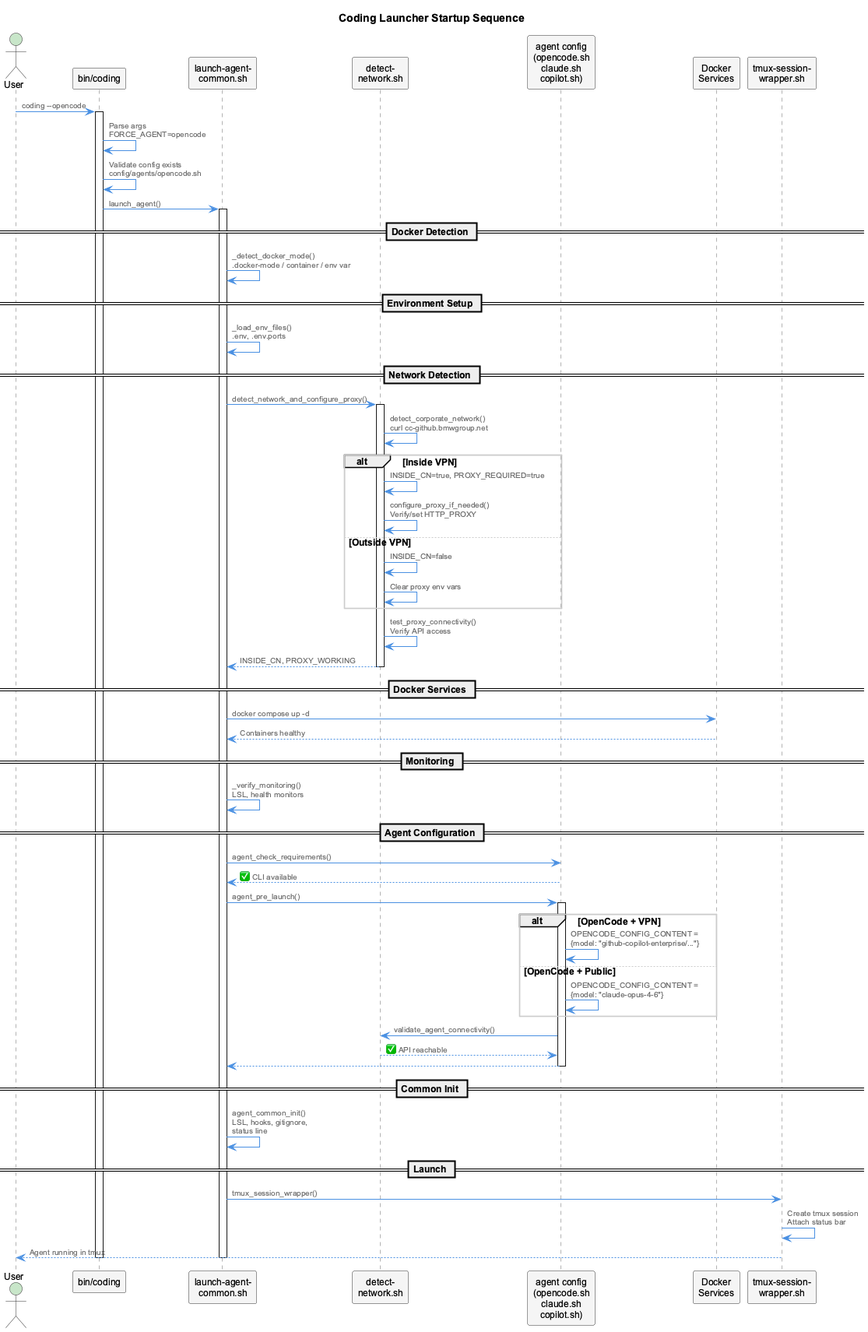
The PlantUML diagram docs/images/launcher-startup-sequence.png in fwornle/coding, before a commit. The source it was exported from:
```plantuml
@startuml launcher-startup-sequence
!include _standard-style.puml

title Coding Launcher Startup Sequence

actor User as user
participant "bin/coding" as launcher
participant "launch-agent-\ncommon.sh" as common
participant "detect-\nnetwork.sh" as network
participant "agent config\n(opencode.sh\nclaude.sh\ncopilot.sh)" as agent
participant "Docker\nServices" as docker
participant "tmux-session-\nwrapper.sh" as tmux

user -> launcher: coding --opencode
activate launcher

launcher -> launcher: Parse args\nFORCE_AGENT=opencode
launcher -> launcher: Validate config exists\nconfig/agents/opencode.sh
launcher -> common: launch_agent()
activate common

== Docker Detection ==
common -> common: _detect_docker_mode()\n.docker-mode / container / env var

== Environment Setup ==
common -> common: _load_env_files()\n.env, .env.ports

== Network Detection ==
common -> network: detect_network_and_configure_proxy()
activate network
network -> network: detect_corporate_network()\ncurl cc-github.bmwgroup.net
alt Inside VPN
  network -> network: INSIDE_CN=true, PROXY_REQUIRED=true
  network -> network: configure_proxy_if_needed()\nVerify/set HTTP_PROXY
else Outside VPN
  network -> network: INSIDE_CN=false
  network -> network: Clear proxy env vars
end
network -> network: test_proxy_connectivity()\nVerify API access
network --> common: INSIDE_CN, PROXY_WORKING
deactivate network

== Docker Services ==
common -> docker: docker compose up -d
docker --> common: Containers healthy

== Monitoring ==
common -> common: _verify_monitoring()\nLSL, health monitors

== Agent Configuration ==
common -> agent: agent_check_requirements()
agent --> common: ✅ CLI available

common -> agent: agent_pre_launch()
activate agent
alt OpenCode + VPN
  agent -> agent: OPENCODE_CONFIG_CONTENT =\n{model: "github-copilot-enterprise/..."}
else OpenCode + Public
  agent -> agent: OPENCODE_CONFIG_CONTENT =\n{model: "claude-opus-4-6"}
end
agent -> network: validate_agent_connectivity()
network --> agent: ✅ API reachable
agent --> common
deactivate agent

== Common Init ==
common -> common: agent_common_init()\nLSL, hooks, gitignore,\nstatus line

== Launch ==
common -> tmux: tmux_session_wrapper()
tmux -> tmux: Create tmux session\nAttach status bar
tmux --> user: Agent running in tmux
deactivate common
deactivate launcher

@enduml
```
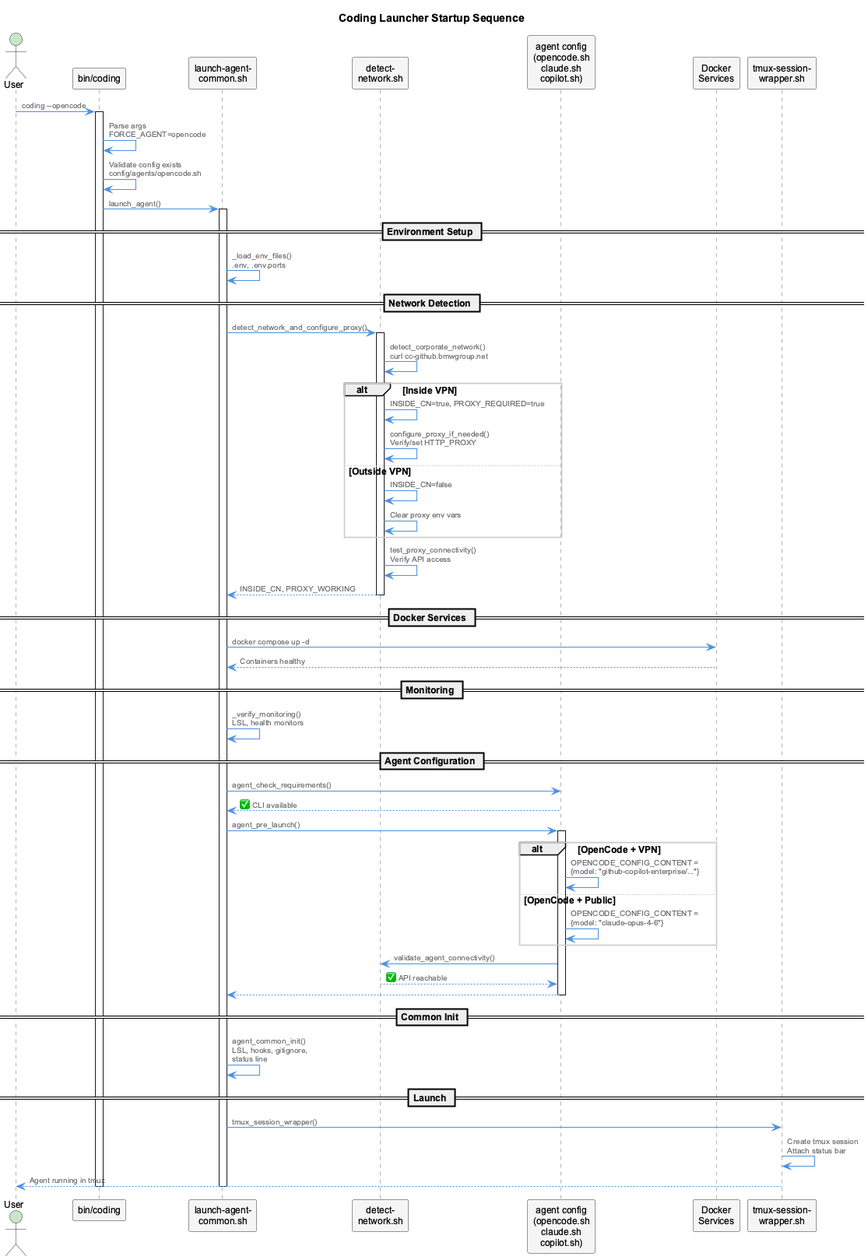
Above is the later version.

Change to the diagram source:
```diff
@@ -18,9 +18,6 @@
 launcher -> launcher: Validate config exists\nconfig/agents/opencode.sh
 launcher -> common: launch_agent()
 activate common
-
-== Docker Detection ==
-common -> common: _detect_docker_mode()\n.docker-mode / container / env var
 
 == Environment Setup ==
 common -> common: _load_env_files()\n.env, .env.ports
```
